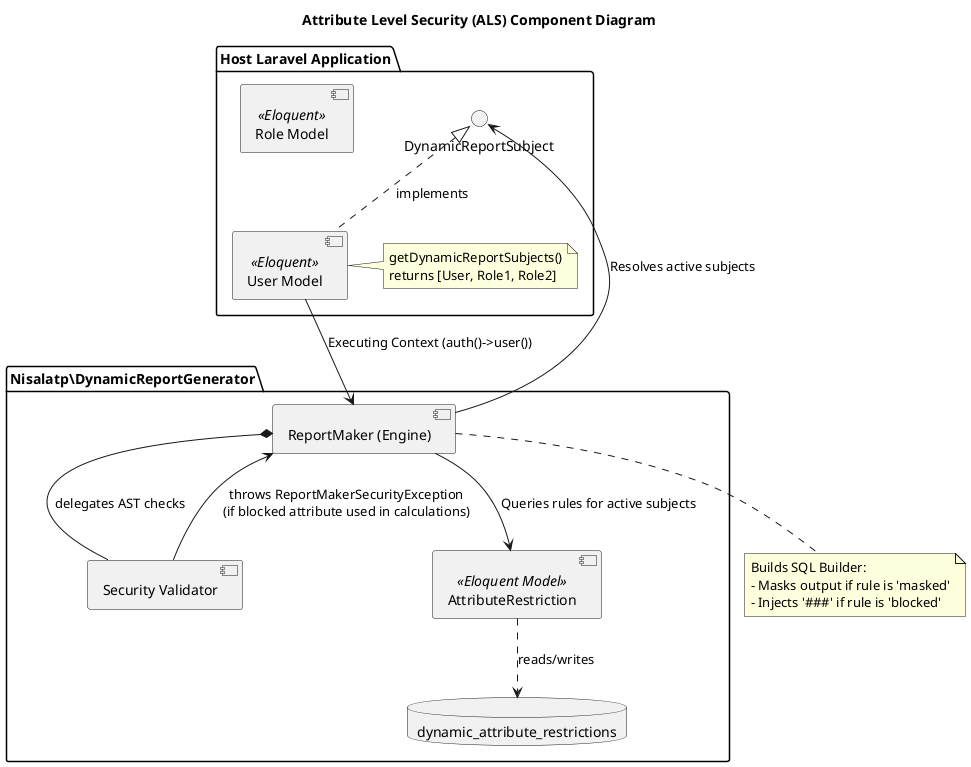
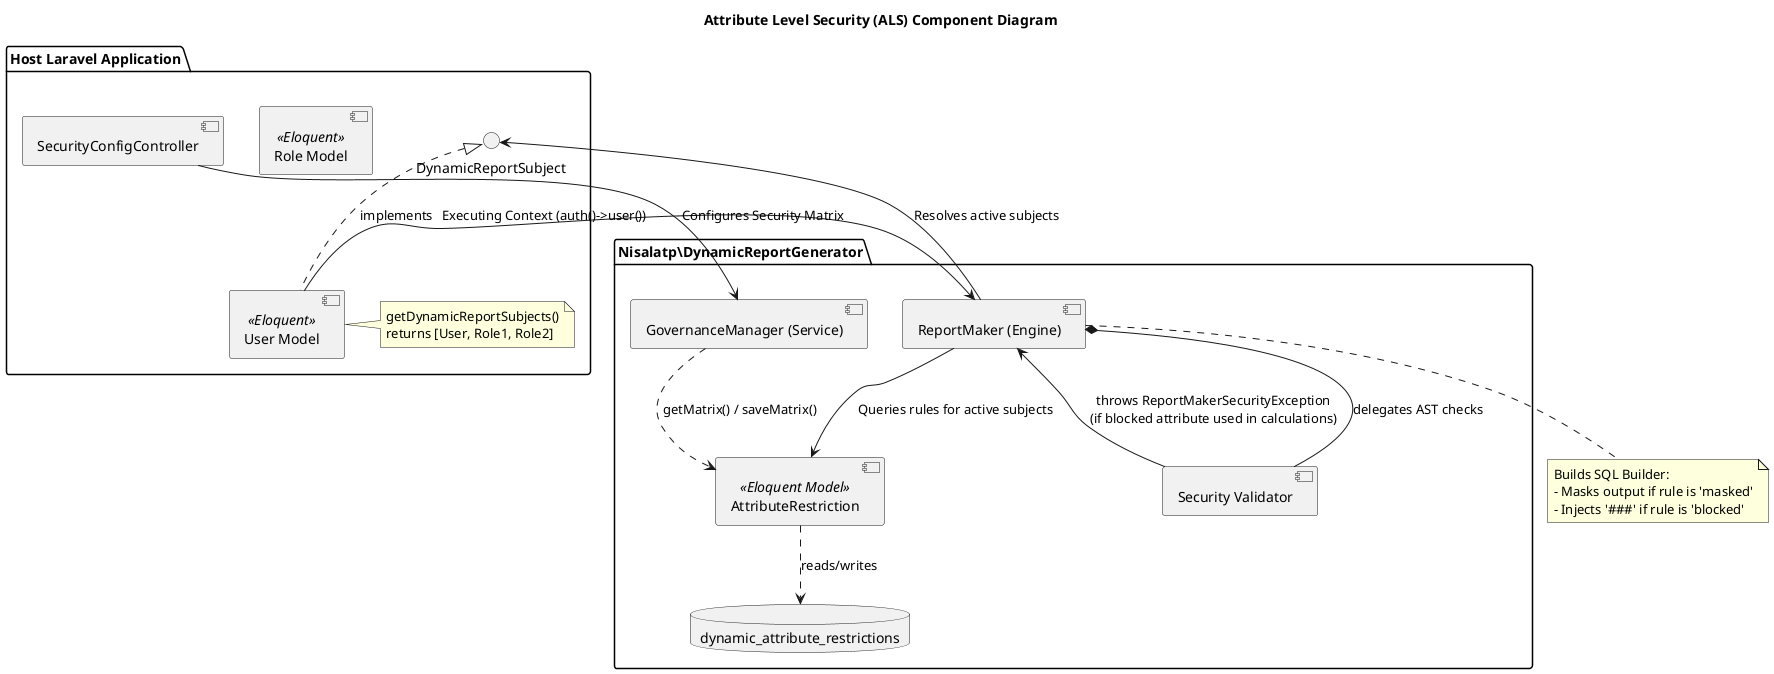
@startuml 11_attribute_restriction_component
title Attribute Level Security (ALS) Component Diagram

skinparam componentStyle uml2

package "Host Laravel Application" {
    [User Model] <<Eloquent>>
    [Role Model] <<Eloquent>>

    interface "DynamicReportSubject" as IDRS

    [User Model] .up.|> IDRS : implements
    note right of [User Model]
      getDynamicReportSubjects()
      returns [User, Role1, Role2]
    end note
+ 
+     [SecurityConfigController] as HostController
}

package "Nisalatp\\DynamicReportGenerator" {

    component "ReportMaker (Engine)" as Engine
    component "Security Validator" as Validator
+     component "GovernanceManager (Service)" as GovManager

    [AttributeRestriction] <<Eloquent Model>>
    database "dynamic_attribute_restrictions" as DB_Table

    [AttributeRestriction] ..> DB_Table : reads/writes
+     GovManager ..> [AttributeRestriction] : getMatrix() / saveMatrix()
}

[User Model] --> Engine : Executing Context (auth()->user())

Engine --> IDRS : Resolves active subjects
Engine --> [AttributeRestriction] : Queries rules for active subjects
+ 
+ HostController --> GovManager : Configures Security Matrix

Engine *-- Validator : delegates AST checks
Validator --> Engine : throws ReportMakerSecurityException\n(if blocked attribute used in calculations)

note bottom of Engine
  Builds SQL Builder:
  - Masks output if rule is 'masked'
  - Injects '###' if rule is 'blocked'
end note

@enduml
